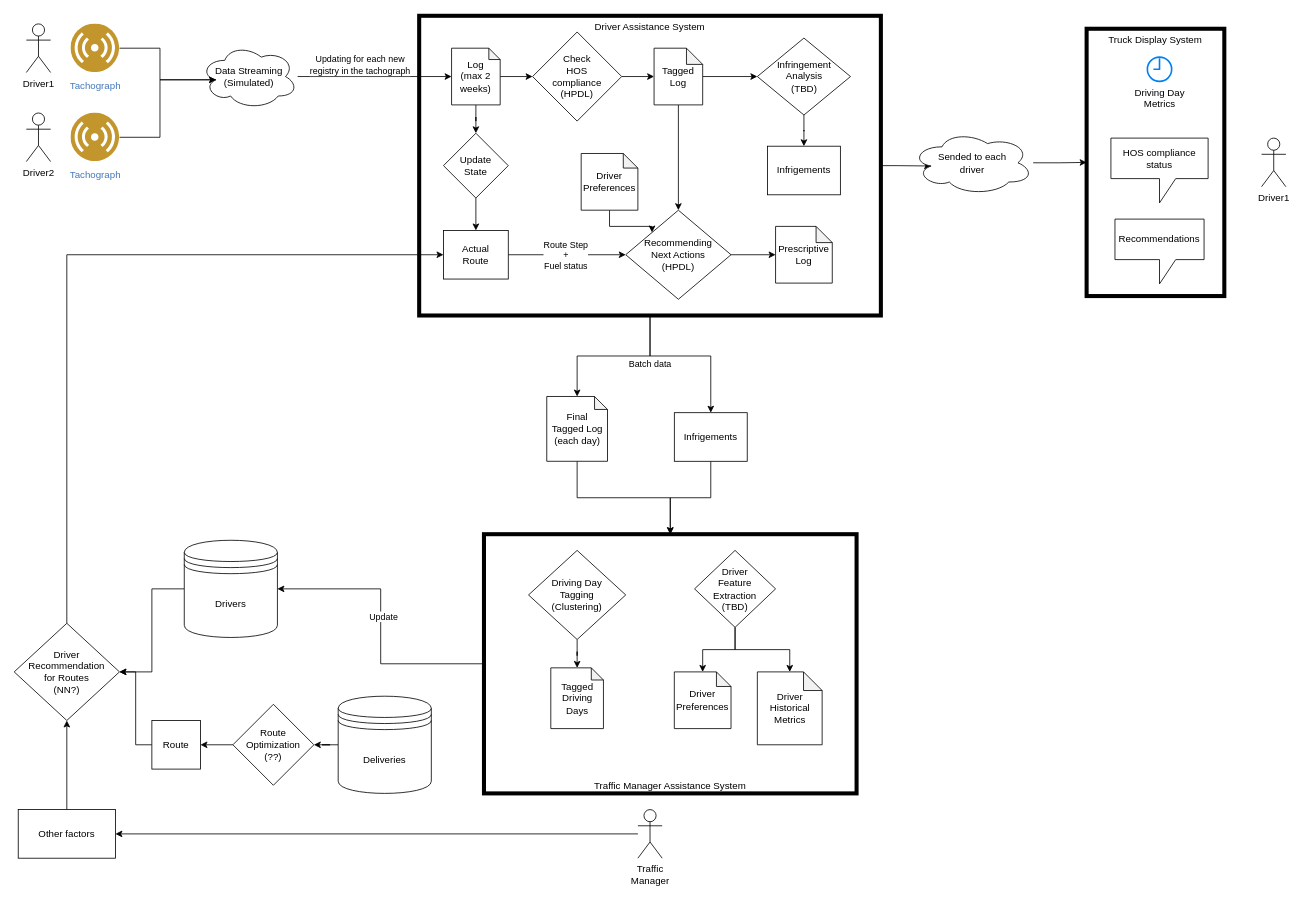
Above: doc/graphs/architecture.drawio in UGR-IntelligentSystemsGroup/Driver-Assistance-System (draw.io), before the change. Source tidied: cells renumbered, new cells numbered last; positions are measured from the earlier drawing's top-left corner, leaving out a move shared by most shapes. Both pictures are drawn from the tidied source at 81%, with x=0, y=0 at pixel (14, 15).
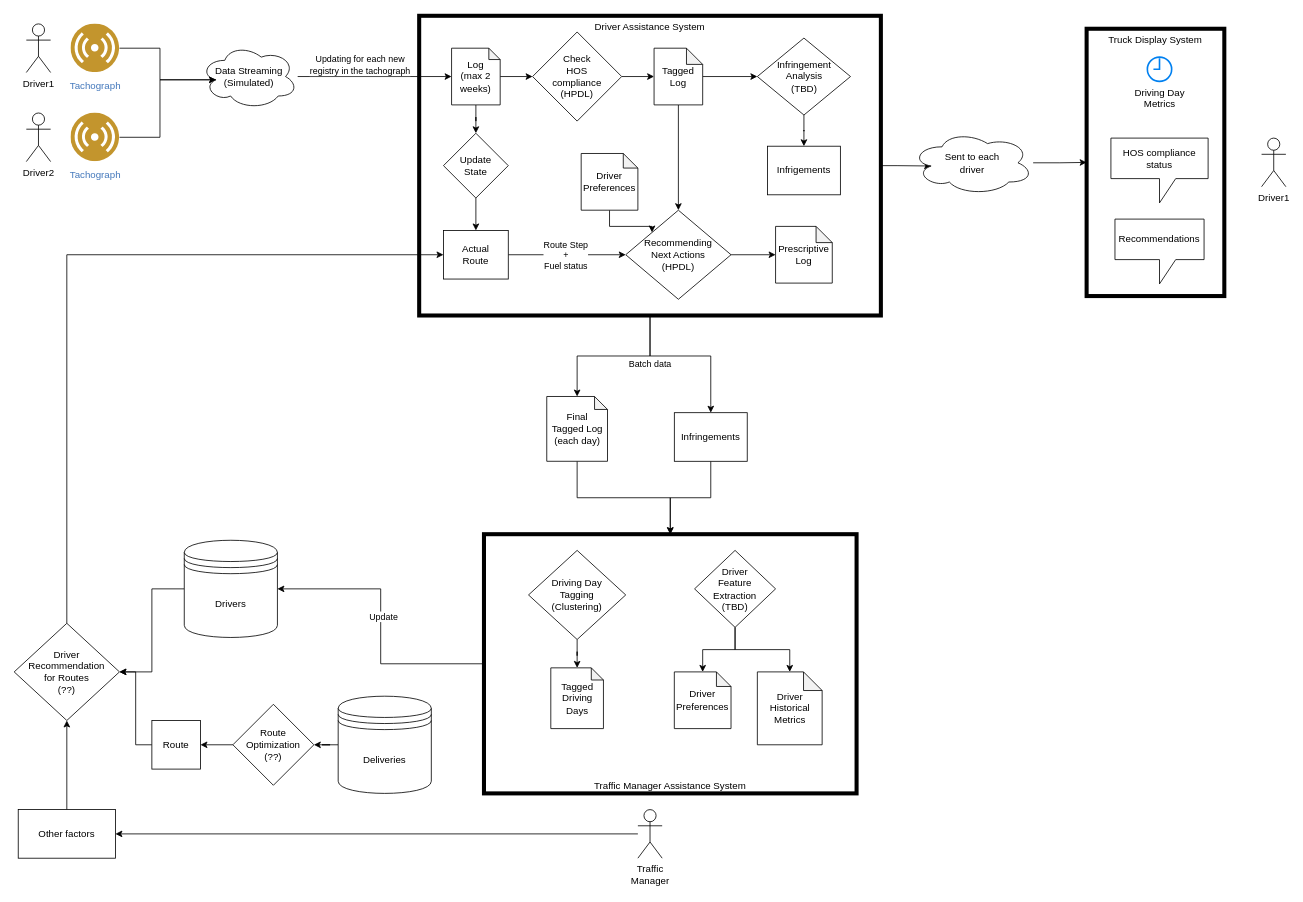
Above is the later version.

Commit message (it also covers changes not shown here):
Updating architecture graph

Diff of the diagram source:
```diff
@@
-    <mxCell id="47" value="Sended to each&lt;br&gt;driver" style="ellipse;shape=cloud;whiteSpace=wrap;html=1;strokeWidth=1;fillColor=default;" parent="1" vertex="1">
+    <mxCell id="47" value="Sent to each&lt;br&gt;driver" style="ellipse;shape=cloud;whiteSpace=wrap;html=1;strokeWidth=1;fillColor=default;" parent="1" vertex="1">
       <mxGeometry x="1108" y="142" width="150" height="79" as="geometry" />
     </mxCell>
@@
-    <mxCell id="59" value="Infrigements" style="rounded=0;whiteSpace=wrap;html=1;strokeWidth=1;fillColor=default;" parent="1" vertex="1">
+    <mxCell id="59" value="Infringements" style="rounded=0;whiteSpace=wrap;html=1;strokeWidth=1;fillColor=default;" parent="1" vertex="1">
       <mxGeometry x="815" y="490" width="90" height="60" as="geometry" />
     </mxCell>
@@
-    <mxCell id="61" value="Driver Recommendation&lt;br&gt;for Routes&lt;br&gt;(NN?)" style="rhombus;whiteSpace=wrap;html=1;strokeWidth=1;fillColor=default;" parent="1" vertex="1">
+    <mxCell id="61" value="Driver Recommendation&lt;br&gt;for Routes&lt;br&gt;(??)" style="rhombus;whiteSpace=wrap;html=1;strokeWidth=1;fillColor=default;" parent="1" vertex="1">
       <mxGeometry y="750" width="130" height="120" as="geometry" />
     </mxCell>
```
